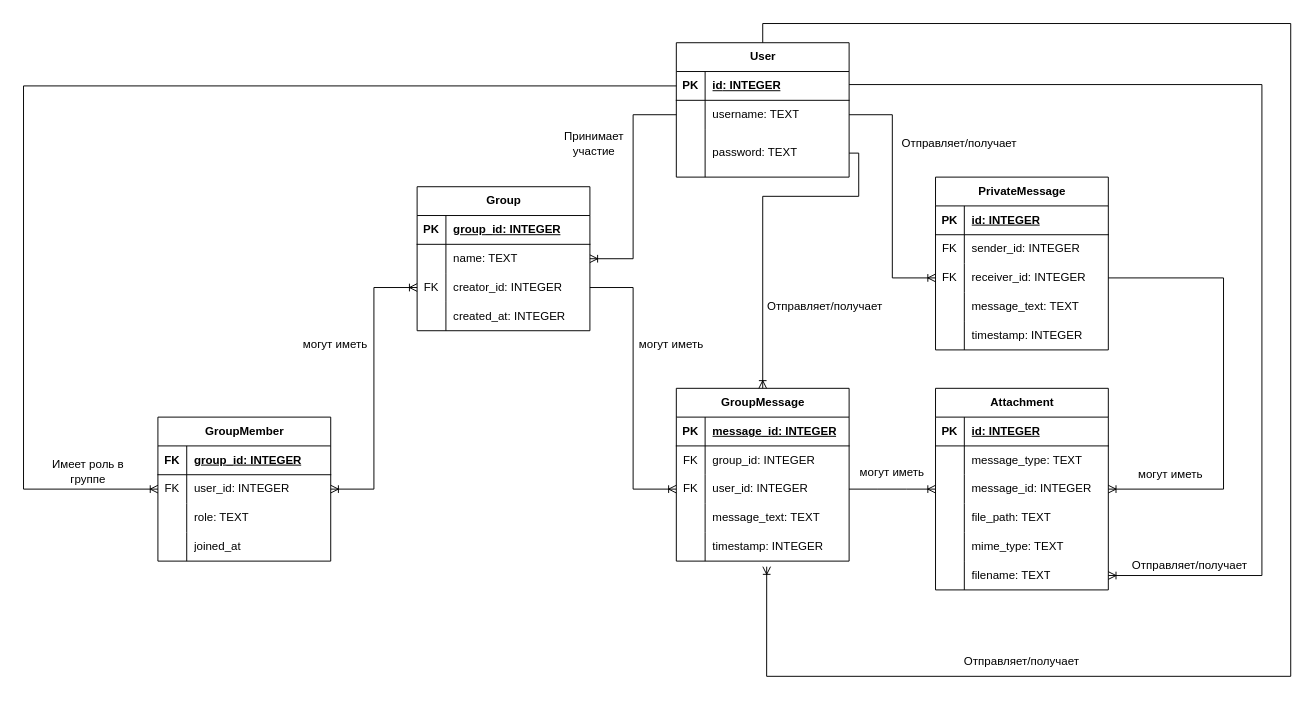
Before: Diagrams/ЕР МОДЕЛЬ.drawio in Intelligent-95/DOC_diplom, a draw.io diagram. Source tidied: cells renumbered, new cells numbered last; positions are measured from the earlier drawing's top-left corner, leaving out a move shared by most shapes. Both pictures are drawn from the tidied source at 96%, with x=0, y=0 at pixel (23, 23).
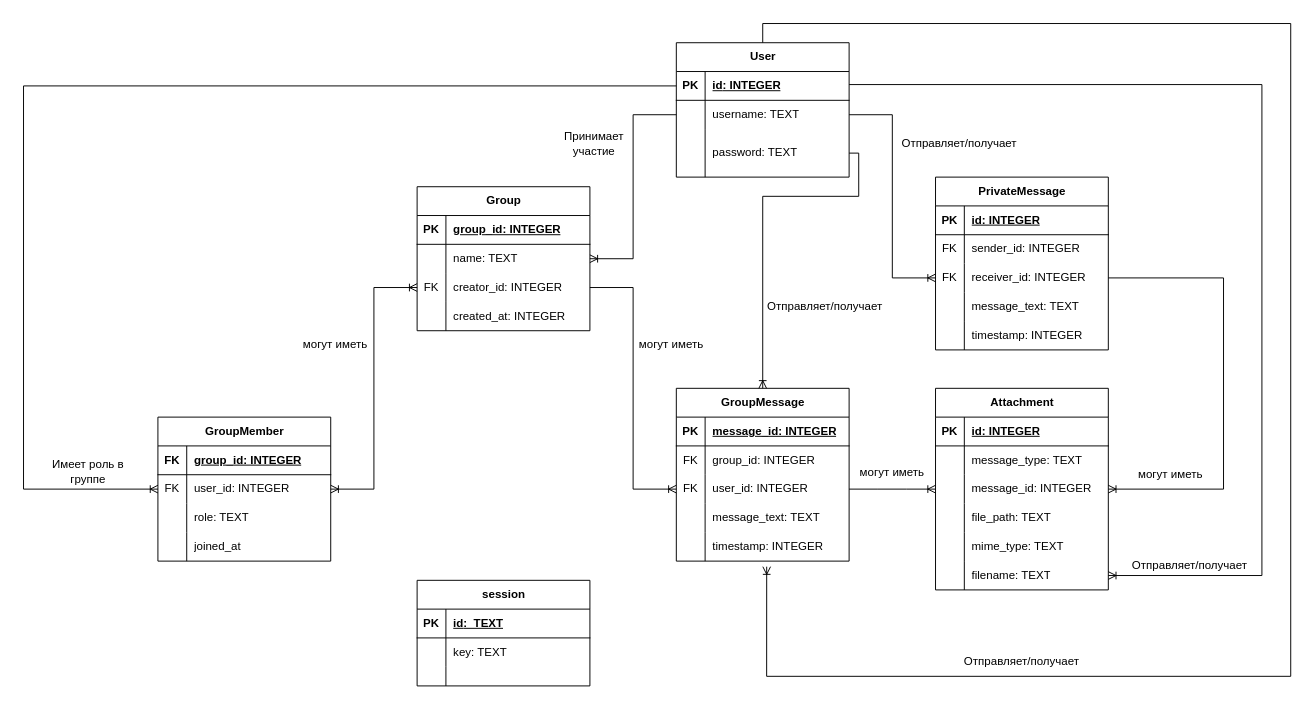
The same diagram, later.

Commit message (it also covers changes not shown here):
Замена ер-модели на новую из-за новой таблицы session

What changed in the source:
```diff
@@
+    <mxCell id="109" value="session" style="shape=table;startSize=30;childLayout=tableLayout;rowLines=0;fontStyle=1;align=center;html=1;" parent="1" vertex="1">
+      <mxGeometry x="410" y="580" width="180" height="110" as="geometry" />
+    </mxCell>
+    <mxCell id="110" style="shape=tableRow;horizontal=0;startSize=0;swimlaneHead=0;swimlaneBody=0;fillColor=none;top=0;left=0;right=0;bottom=1;" parent="109" vertex="1">
+      <mxGeometry y="30" width="180" height="30" as="geometry" />
+    </mxCell>
+    <mxCell id="111" value="PK" style="shape=partialRectangle;fillColor=none;top=0;left=0;bottom=0;right=0;fontStyle=1;overflow=hidden;whiteSpace=wrap;html=1;" parent="110" vertex="1">
+      <mxGeometry width="30" height="30" as="geometry" />
+    </mxCell>
+    <mxCell id="112" value="&lt;span class=&quot;MessageText ConvoMessage__text&quot;&gt;id&lt;/span&gt;&lt;span class=&quot;MessageText ConvoMessage__text&quot;&gt;:&amp;nbsp; TEXT&lt;/span&gt;" style="shape=partialRectangle;fillColor=none;top=0;left=0;bottom=0;right=0;align=left;spacingLeft=6;fontStyle=5;overflow=hidden;whiteSpace=wrap;html=1;" parent="110" vertex="1">
+      <mxGeometry x="30" width="150" height="30" as="geometry" />
+    </mxCell>
+    <mxCell id="113" style="shape=tableRow;horizontal=0;startSize=0;swimlaneHead=0;swimlaneBody=0;fillColor=none;top=0;left=0;right=0;bottom=0;" parent="109" vertex="1">
+      <mxGeometry y="60" width="180" height="30" as="geometry" />
+    </mxCell>
+    <mxCell id="114" style="shape=partialRectangle;fillColor=none;top=0;left=0;bottom=0;right=0;overflow=hidden;whiteSpace=wrap;html=1;" parent="113" vertex="1">
+      <mxGeometry width="30" height="30" as="geometry" />
+    </mxCell>
+    <mxCell id="115" value="key: TEXT" style="shape=partialRectangle;fillColor=none;top=0;left=0;bottom=0;right=0;align=left;spacingLeft=6;overflow=hidden;whiteSpace=wrap;html=1;" parent="113" vertex="1">
+      <mxGeometry x="30" width="150" height="30" as="geometry" />
+    </mxCell>
+    <mxCell id="116" style="shape=tableRow;horizontal=0;startSize=0;swimlaneHead=0;swimlaneBody=0;fillColor=none;top=0;left=0;right=0;bottom=0;" parent="109" vertex="1">
+      <mxGeometry y="90" width="180" height="20" as="geometry" />
+    </mxCell>
+    <mxCell id="117" style="shape=partialRectangle;fillColor=none;top=0;left=0;bottom=0;right=0;overflow=hidden;whiteSpace=wrap;html=1;" parent="116" vertex="1">
+      <mxGeometry width="30" height="20" as="geometry" />
+    </mxCell>
+    <mxCell id="118" style="shape=partialRectangle;fillColor=none;top=0;left=0;bottom=0;right=0;align=left;spacingLeft=6;overflow=hidden;whiteSpace=wrap;html=1;" parent="116" vertex="1">
+      <mxGeometry x="30" width="150" height="20" as="geometry" />
+    </mxCell>
```
